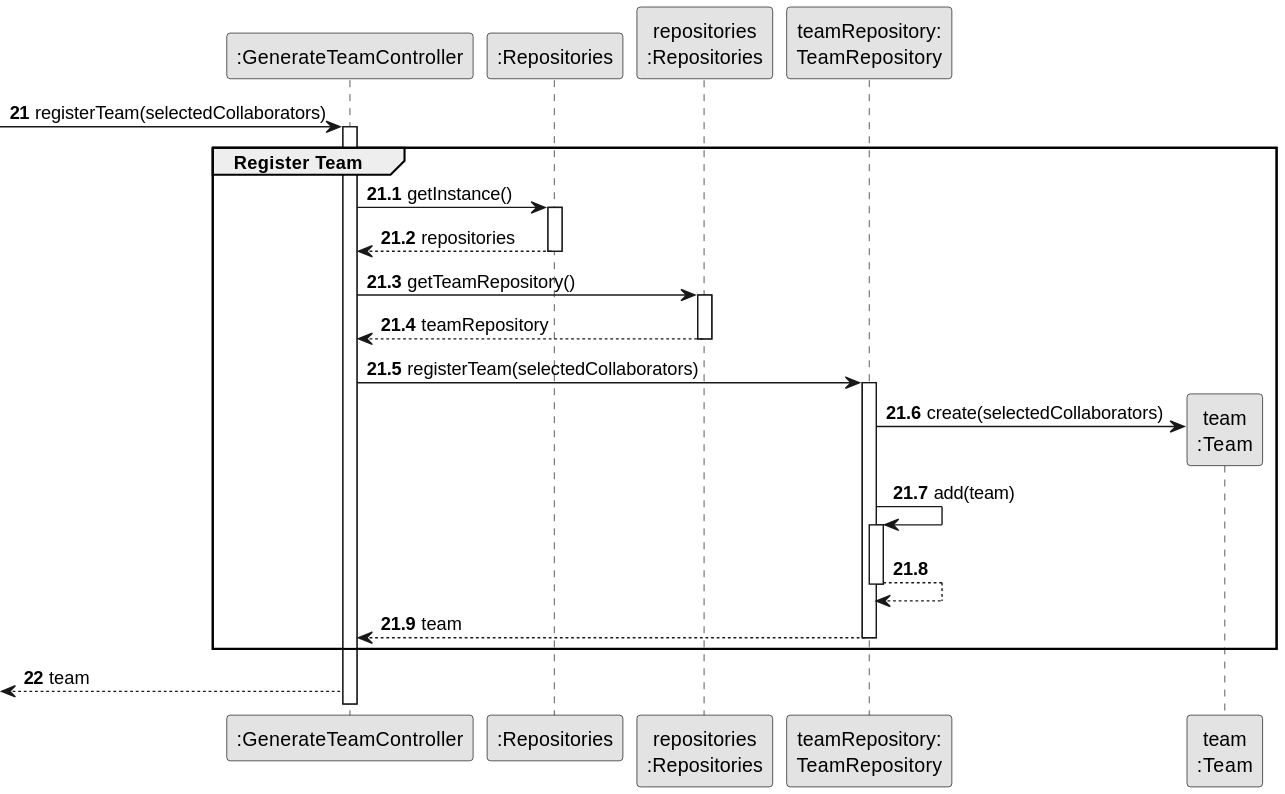
This is docs/sprintB/us005/03.design/svg/us005-sequence-diagram-partial-register-team.svg from Departamento-de-Engenharia-Informatica/lei-24-s2-1dm-g132, a PlantUML export, as it was before one commit. Source of this version:
```plantuml
@startuml
skinparam monochrome true
skinparam packageStyle rectangle
skinparam shadowing false

autonumber 21

participant ":GenerateTeamController" as CTRL
participant ":Repositories" as RepositorySingleton
participant "repositories\n:Repositories" as PLAT
participant "teamRepository:\nTeamRepository" as TeamRepository
participant "team\n:Team" as TEAM

    -> CTRL : registerTeam(selectedCollaborators)

        autonumber 21.1
        group Register Team

        activate CTRL

            CTRL -> RepositorySingleton : getInstance()
            activate RepositorySingleton

                RepositorySingleton --> CTRL: repositories
                deactivate RepositorySingleton

            CTRL -> PLAT : getTeamRepository()
            activate PLAT

                PLAT --> CTRL : teamRepository
            deactivate PLAT

            CTRL -> TeamRepository : registerTeam(selectedCollaborators)
            activate TeamRepository

                TeamRepository -> TEAM** : create(selectedCollaborators)
                TeamRepository -> TeamRepository : add(team)
                activate TeamRepository
                TeamRepository --> TeamRepository
                deactivate TeamRepository

                TeamRepository --> CTRL : team
                deactivate TeamRepository

        end group
        autonumber 22
        <-- CTRL : team
@enduml
```
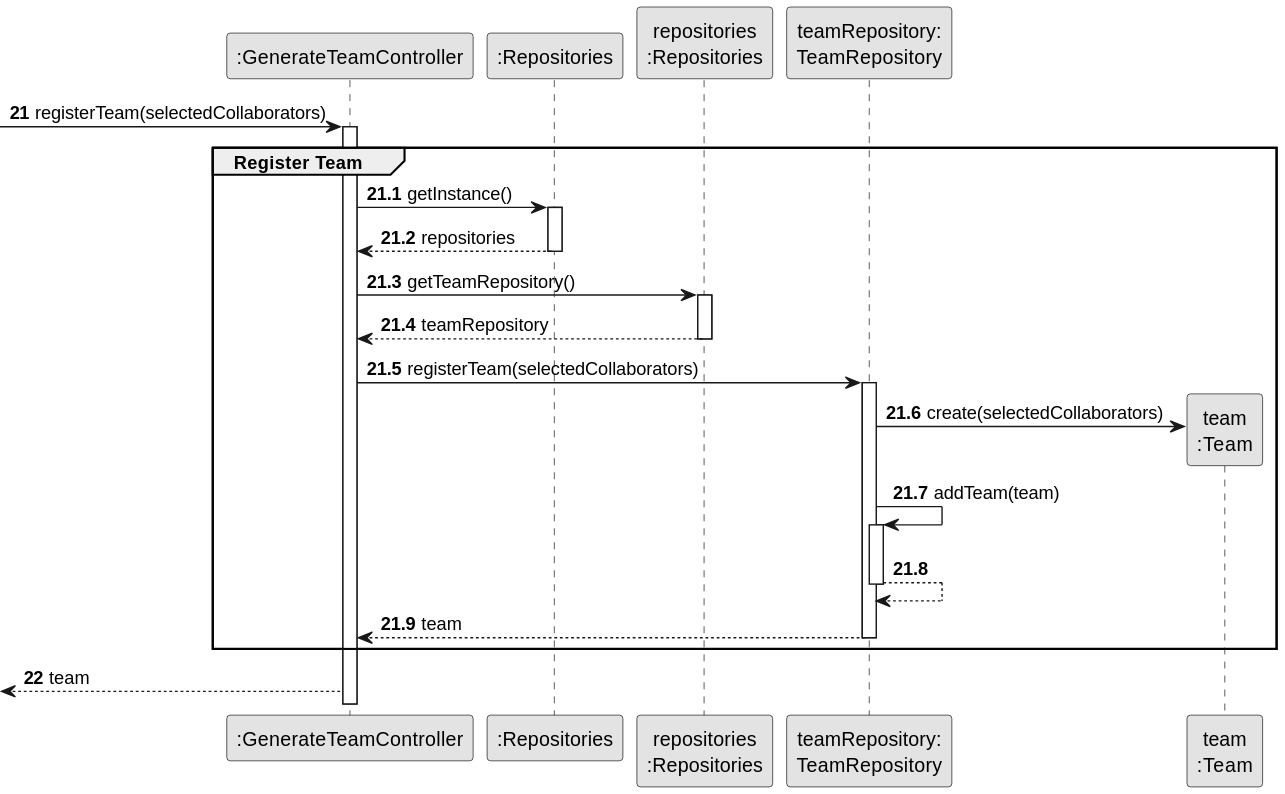
After the commit.

Commit message:
US005 class diagram and minor sequence diagram update

Change to the diagram source:
```diff
@@ -34,7 +34,7 @@
             activate TeamRepository
 
                 TeamRepository -> TEAM** : create(selectedCollaborators)
-                TeamRepository -> TeamRepository : add(team)
+                TeamRepository -> TeamRepository : addTeam(team)
                 activate TeamRepository
                 TeamRepository --> TeamRepository
                 deactivate TeamRepository
```
